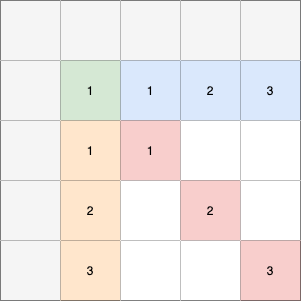
pc2/HPCC_FPGA keeps this draw.io diagram as docs/source/LINPACK/implementation/lu_iteration_block1.drawio.png. Above is the earlier version. Source tidied: cells renumbered, new cells last; positions are measured from the earlier drawing's top-left corner, leaving out a move shared by most shapes.
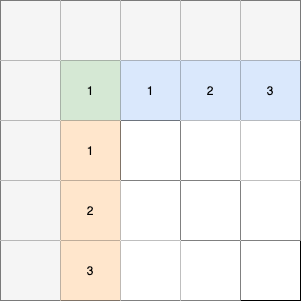
Later version of the same file.

Commit message:
Clean up LINPACK docs

The edit, as a diff of the source:
```diff
@@ -50,7 +50,7 @@
     <mxCell id="17" value="1" style="shape=partialRectangle;html=1;whiteSpace=wrap;overflow=hidden;fillColor=#ffe6cc;top=0;left=0;bottom=0;right=0;strokeColor=#d79b00;" parent="15" vertex="1">
       <mxGeometry x="60" width="60" height="60" as="geometry" />
     </mxCell>
-    <mxCell id="18" value="1" style="shape=partialRectangle;html=1;whiteSpace=wrap;overflow=hidden;fillColor=#f8cecc;top=0;left=0;bottom=0;right=0;strokeColor=#b85450;" parent="15" vertex="1">
+    <mxCell id="18" style="shape=partialRectangle;html=1;whiteSpace=wrap;overflow=hidden;top=0;left=0;bottom=0;right=0;strokeColor=#b85450;fillColor=none;" parent="15" vertex="1">
       <mxGeometry x="120" width="60" height="60" as="geometry" />
     </mxCell>
     <mxCell id="19" style="shape=partialRectangle;html=1;whiteSpace=wrap;overflow=hidden;top=0;left=0;bottom=0;right=0;" parent="15" vertex="1">
@@ -71,7 +71,7 @@
     <mxCell id="24" style="shape=partialRectangle;html=1;whiteSpace=wrap;overflow=hidden;top=0;left=0;bottom=0;right=0;" parent="21" vertex="1">
       <mxGeometry x="120" width="60" height="60" as="geometry" />
     </mxCell>
-    <mxCell id="25" value="2" style="shape=partialRectangle;html=1;whiteSpace=wrap;overflow=hidden;fillColor=#f8cecc;top=0;left=0;bottom=0;right=0;strokeColor=#b85450;" parent="21" vertex="1">
+    <mxCell id="25" style="shape=partialRectangle;html=1;whiteSpace=wrap;overflow=hidden;top=0;left=0;bottom=0;right=0;strokeColor=#b85450;fillColor=none;" parent="21" vertex="1">
       <mxGeometry x="180" width="60" height="60" as="geometry" />
     </mxCell>
     <mxCell id="26" style="shape=partialRectangle;html=1;whiteSpace=wrap;overflow=hidden;top=0;left=0;bottom=0;right=0;" parent="21" vertex="1">
@@ -92,7 +92,7 @@
     <mxCell id="31" style="shape=partialRectangle;html=1;whiteSpace=wrap;overflow=hidden;top=0;left=0;bottom=0;right=0;" parent="27" vertex="1">
       <mxGeometry x="180" width="60" height="60" as="geometry" />
     </mxCell>
-    <mxCell id="32" value="3" style="shape=partialRectangle;html=1;whiteSpace=wrap;overflow=hidden;fillColor=#f8cecc;top=0;left=0;bottom=0;right=0;strokeColor=#b85450;" parent="27" vertex="1">
+    <mxCell id="32" style="shape=partialRectangle;html=1;whiteSpace=wrap;overflow=hidden;top=0;left=0;bottom=0;right=0;strokeColor=#b85450;fillColor=none;" parent="27" vertex="1">
       <mxGeometry x="240" width="60" height="60" as="geometry" />
     </mxCell>
   </root>
```
